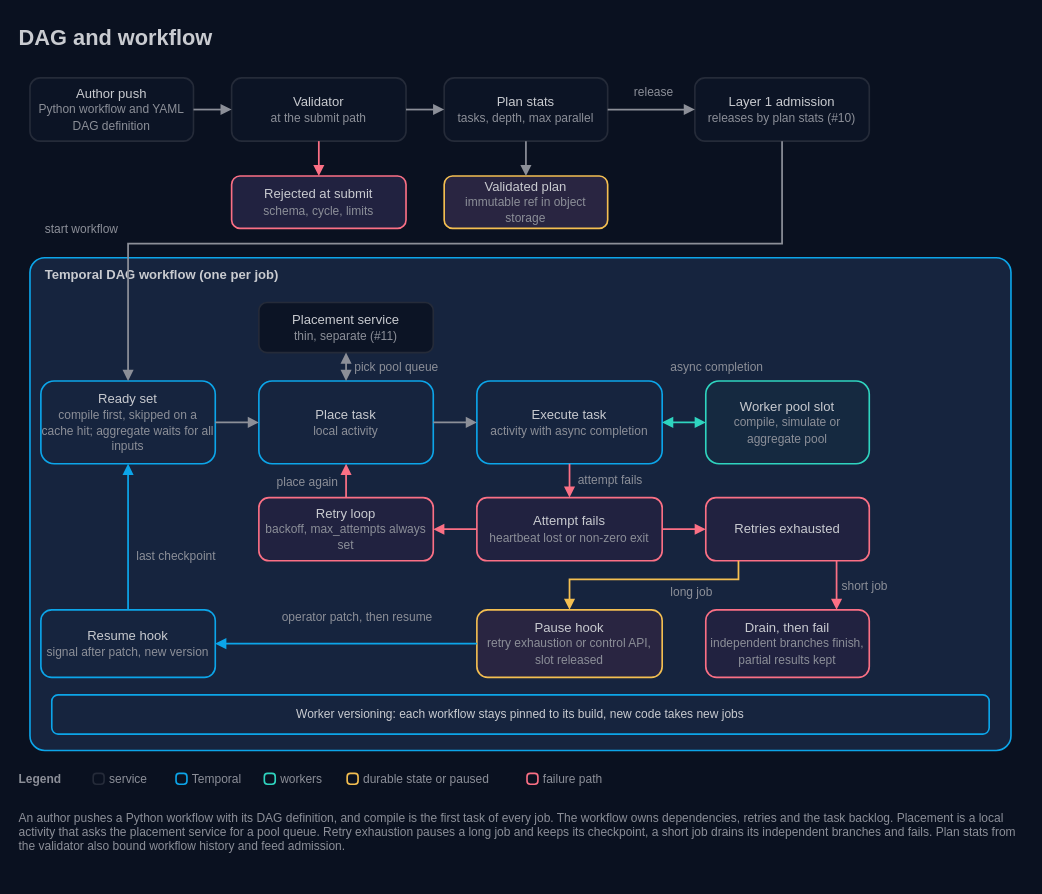
Earlier version of the draw.io diagram docs/architecture/12-dag-and-workflow.drawio (AndoNorth/wasm-dag-forge). Source tidied: cells renumbered, new cells numbered last; positions are measured from the earlier drawing's top-left corner, leaving out a move shared by most shapes. Both pictures are drawn from the tidied source at 109%, with x=0, y=0 at pixel (19, 19).
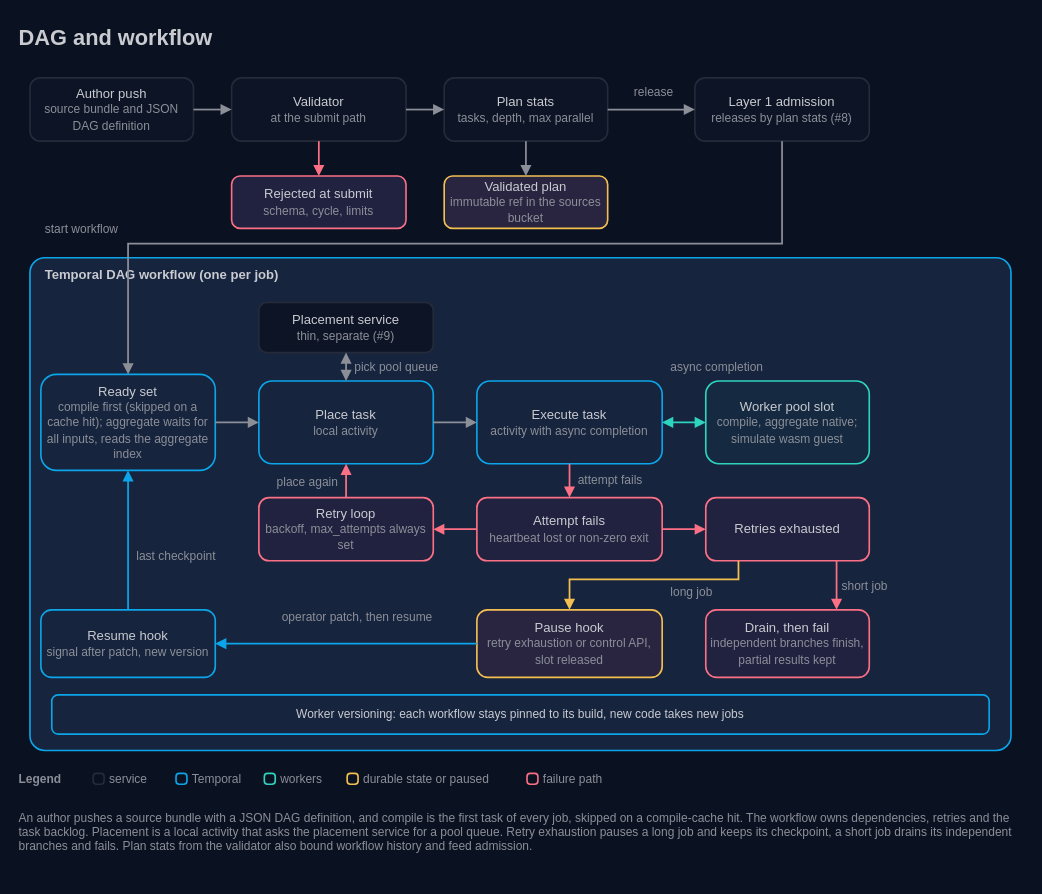
Above is the later version.

The edit, as a diff of the source:
```diff
@@
-    <mxCell id="3" value="Author push&lt;br&gt;&lt;font color=&quot;#8c8f98&quot; style=&quot;font-size:11px&quot;&gt;Python workflow and YAML DAG definition&lt;/font&gt;" style="rounded=1;arcSize=16;html=1;whiteSpace=wrap;fillColor=#0c1425;strokeColor=#252b39;strokeWidth=1.5;fontColor=#c9cbd0;fontSize=12;fontFamily=IBM Plex Sans;align=center;verticalAlign=middle;" parent="1" vertex="1">
+    <mxCell id="3" value="Author push&lt;br&gt;&lt;font color=&quot;#8c8f98&quot; style=&quot;font-size:11px&quot;&gt;source bundle and JSON DAG definition&lt;/font&gt;" style="rounded=1;arcSize=16;html=1;whiteSpace=wrap;fillColor=#0c1425;strokeColor=#252b39;strokeWidth=1.5;fontColor=#c9cbd0;fontSize=12;fontFamily=IBM Plex Sans;align=center;verticalAlign=middle;" parent="1" vertex="1">
       <mxGeometry x="10" y="54" width="150" height="58" as="geometry" />
     </mxCell>
@@
-    <mxCell id="6" value="Layer 1 admission&lt;br&gt;&lt;font color=&quot;#8c8f98&quot; style=&quot;font-size:11px&quot;&gt;releases by plan stats (#10)&lt;/font&gt;" style="rounded=1;arcSize=16;html=1;whiteSpace=wrap;fillColor=#0c1425;strokeColor=#252b39;strokeWidth=1.5;fontColor=#c9cbd0;fontSize=12;fontFamily=IBM Plex Sans;align=center;verticalAlign=middle;" parent="1" vertex="1">
+    <mxCell id="6" value="Layer 1 admission&lt;br&gt;&lt;font color=&quot;#8c8f98&quot; style=&quot;font-size:11px&quot;&gt;releases by plan stats (#8)&lt;/font&gt;" style="rounded=1;arcSize=16;html=1;whiteSpace=wrap;fillColor=#0c1425;strokeColor=#252b39;strokeWidth=1.5;fontColor=#c9cbd0;fontSize=12;fontFamily=IBM Plex Sans;align=center;verticalAlign=middle;" parent="1" vertex="1">
       <mxGeometry x="620" y="54" width="160" height="58" as="geometry" />
     </mxCell>
@@
-    <mxCell id="8" value="Validated plan&lt;br&gt;&lt;font color=&quot;#8c8f98&quot; style=&quot;font-size:11px&quot;&gt;immutable ref in object storage&lt;/font&gt;" style="rounded=1;arcSize=16;html=1;whiteSpace=wrap;fillColor=#292541;strokeColor=#f4bf51;strokeWidth=1.5;fontColor=#c9cbd0;fontSize=12;fontFamily=IBM Plex Sans;align=center;verticalAlign=middle;" parent="1" vertex="1">
+    <mxCell id="8" value="Validated plan&lt;br&gt;&lt;font color=&quot;#8c8f98&quot; style=&quot;font-size:11px&quot;&gt;immutable ref in the sources bucket&lt;/font&gt;" style="rounded=1;arcSize=16;html=1;whiteSpace=wrap;fillColor=#292541;strokeColor=#f4bf51;strokeWidth=1.5;fontColor=#c9cbd0;fontSize=12;fontFamily=IBM Plex Sans;align=center;verticalAlign=middle;" parent="1" vertex="1">
       <mxGeometry x="390" y="144" width="150" height="48" as="geometry" />
     </mxCell>
@@
-    <mxCell id="18" value="Placement service&lt;br&gt;&lt;font color=&quot;#8c8f98&quot; style=&quot;font-size:11px&quot;&gt;thin, separate (#11)&lt;/font&gt;" style="rounded=1;arcSize=16;html=1;whiteSpace=wrap;fillColor=#0c1425;strokeColor=#252b39;strokeWidth=1.5;fontColor=#c9cbd0;fontSize=12;fontFamily=IBM Plex Sans;align=center;verticalAlign=middle;" parent="1" vertex="1">
+    <mxCell id="18" value="Placement service&lt;br&gt;&lt;font color=&quot;#8c8f98&quot; style=&quot;font-size:11px&quot;&gt;thin, separate (#9)&lt;/font&gt;" style="rounded=1;arcSize=16;html=1;whiteSpace=wrap;fillColor=#0c1425;strokeColor=#252b39;strokeWidth=1.5;fontColor=#c9cbd0;fontSize=12;fontFamily=IBM Plex Sans;align=center;verticalAlign=middle;" parent="1" vertex="1">
       <mxGeometry x="220" y="260" width="160" height="46" as="geometry" />
     </mxCell>
-    <mxCell id="19" value="Ready set&lt;br&gt;&lt;font color=&quot;#8c8f98&quot; style=&quot;font-size:11px&quot;&gt;compile first, skipped on a cache hit; aggregate waits for all inputs&lt;/font&gt;" style="rounded=1;arcSize=16;html=1;whiteSpace=wrap;fillColor=#16243e;strokeColor=#0ca5e9;strokeWidth=1.5;fontColor=#c9cbd0;fontSize=12;fontFamily=IBM Plex Sans;align=center;verticalAlign=middle;" parent="1" vertex="1">
-      <mxGeometry x="20" y="332" width="160" height="76" as="geometry" />
+    <mxCell id="19" value="Ready set&lt;br&gt;&lt;font color=&quot;#8c8f98&quot; style=&quot;font-size:11px&quot;&gt;compile first (skipped on a cache hit); aggregate waits for all inputs, reads the aggregate index&lt;/font&gt;" style="rounded=1;arcSize=16;html=1;whiteSpace=wrap;fillColor=#16243e;strokeColor=#0ca5e9;strokeWidth=1.5;fontColor=#c9cbd0;fontSize=12;fontFamily=IBM Plex Sans;align=center;verticalAlign=middle;" parent="1" vertex="1">
+      <mxGeometry x="20" y="326" width="160" height="88" as="geometry" />
     </mxCell>
@@
-    <mxCell id="21" value="Worker pool slot&lt;br&gt;&lt;font color=&quot;#8c8f98&quot; style=&quot;font-size:11px&quot;&gt;compile, simulate or aggregate pool&lt;/font&gt;" style="rounded=1;arcSize=16;html=1;whiteSpace=wrap;fillColor=#152940;strokeColor=#2fd4bf;strokeWidth=1.5;fontColor=#c9cbd0;fontSize=12;fontFamily=IBM Plex Sans;align=center;verticalAlign=middle;" parent="1" vertex="1">
+    <mxCell id="21" value="Worker pool slot&lt;br&gt;&lt;font color=&quot;#8c8f98&quot; style=&quot;font-size:11px&quot;&gt;compile, aggregate native; simulate wasm guest&lt;/font&gt;" style="rounded=1;arcSize=16;html=1;whiteSpace=wrap;fillColor=#152940;strokeColor=#2fd4bf;strokeWidth=1.5;fontColor=#c9cbd0;fontSize=12;fontFamily=IBM Plex Sans;align=center;verticalAlign=middle;" parent="1" vertex="1">
       <mxGeometry x="630" y="332" width="150" height="76" as="geometry" />
     </mxCell>
@@
-    <mxCell id="62" value="An author pushes a Python workflow with its DAG definition, and compile is the first task of every job. The workflow owns dependencies, retries and the task backlog. Placement is a local activity that asks the placement service for a pool queue. Retry exhaustion pauses a long job and keeps its checkpoint, a short job drains its independent branches and fails. Plan stats from the validator also bound workflow history and feed admission." style="text;html=1;strokeColor=none;fillColor=none;align=left;verticalAlign=top;whiteSpace=wrap;fontColor=#8c8f98;fontSize=11;fontFamily=IBM Plex Sans;spacing=0;" parent="1" vertex="1">
+    <mxCell id="62" value="An author pushes a source bundle with a JSON DAG definition, and compile is the first task of every job, skipped on a compile-cache hit. The workflow owns dependencies, retries and the task backlog. Placement is a local activity that asks the placement service for a pool queue. Retry exhaustion pauses a long job and keeps its checkpoint, a short job drains its independent branches and fails. Plan stats from the validator also bound workflow history and feed admission." style="text;html=1;strokeColor=none;fillColor=none;align=left;verticalAlign=top;whiteSpace=wrap;fontColor=#8c8f98;fontSize=11;fontFamily=IBM Plex Sans;spacing=0;" parent="1" vertex="1">
       <mxGeometry y="722" width="920" height="64" as="geometry" />
     </mxCell>
```
